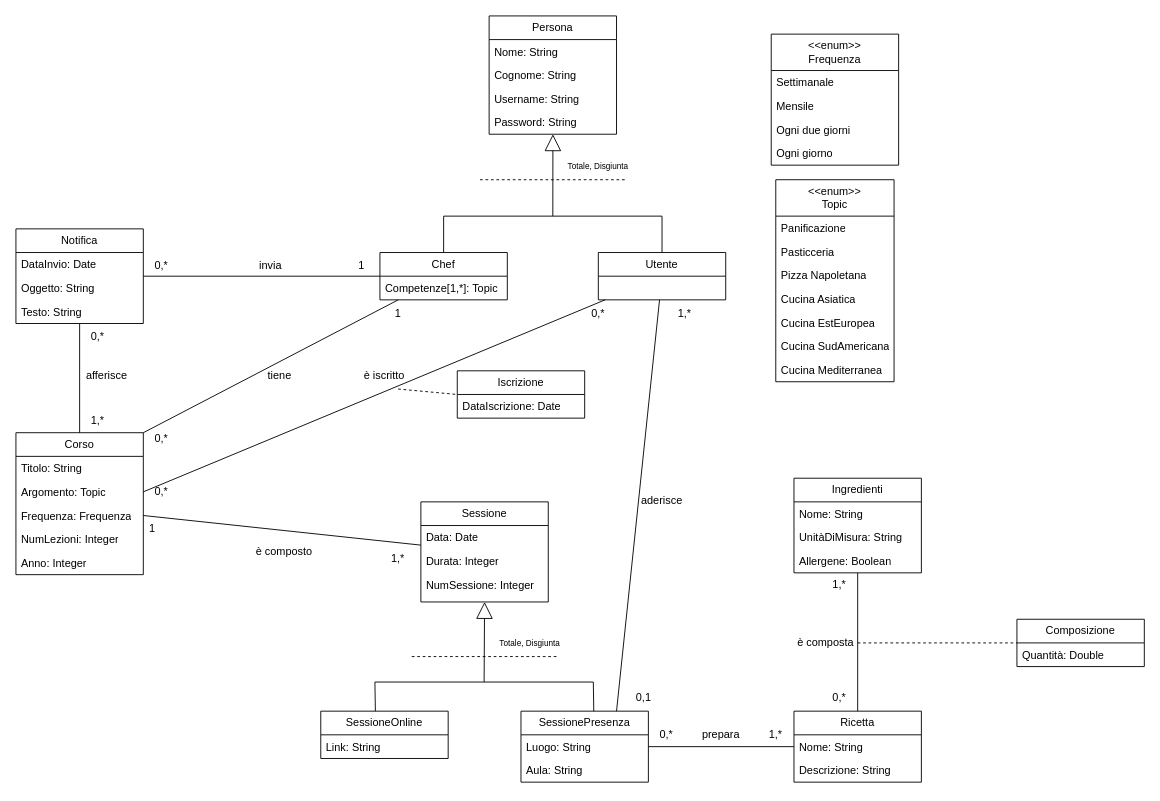
This is Progetto Basi di Dati/Diagramma UML/UML.drawio from xFireFox27/UninaFoodLab, a draw.io file, before an edit. Source tidied: cells renumbered, new cells numbered last; positions are measured from the earlier drawing's top-left corner, leaving out a move shared by most shapes. Both pictures are drawn from the tidied source at 91%, with x=0, y=0 at pixel (15, 15).
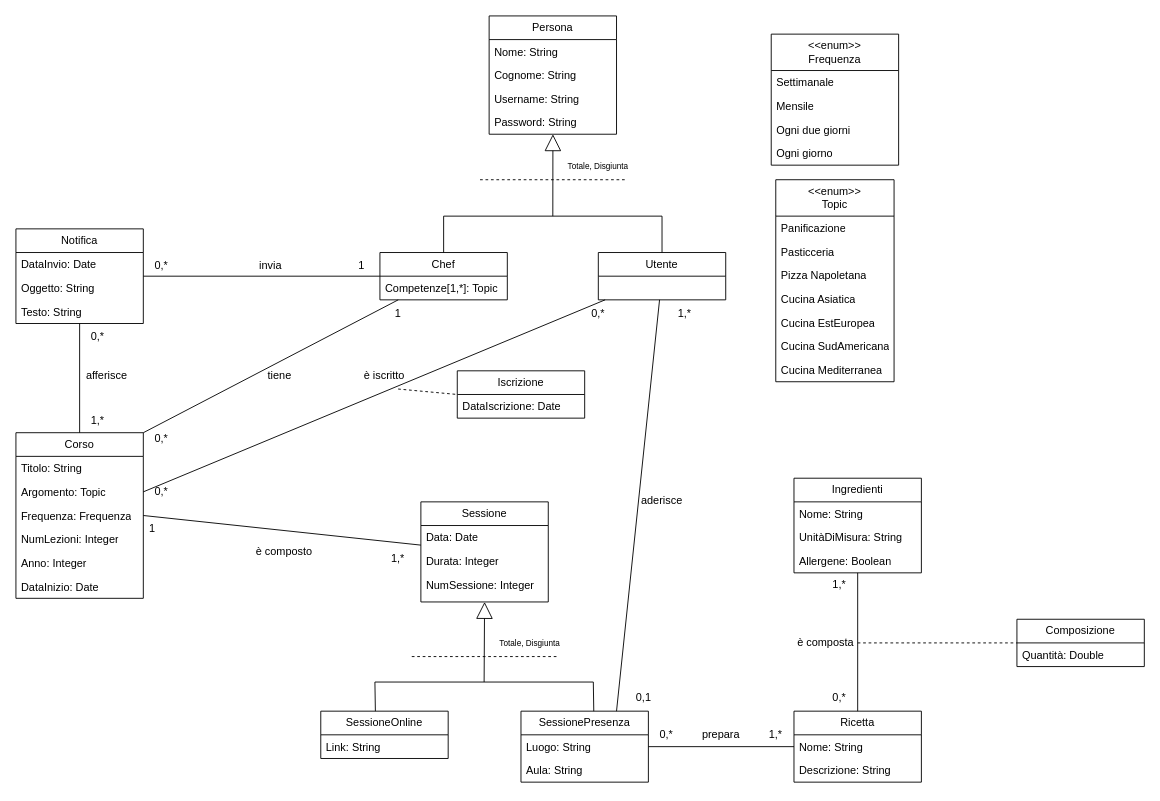
After the change.

Change to the diagram source:
```diff
@@
     <mxCell id="26" value="Corso" style="swimlane;fontStyle=0;horizontal=1;startSize=26;fillColor=none;whiteSpace=wrap;html=1;" parent="1" vertex="1">
-      <mxGeometry y="458" width="140" height="156" as="geometry" />
+      <mxGeometry y="458" width="140" height="182" as="geometry" />
     </mxCell>
@@
+    <mxCell id="99" value="DataInizio: Date" style="text;strokeColor=none;fillColor=none;align=left;verticalAlign=top;spacingLeft=4;spacingRight=4;overflow=hidden;whiteSpace=wrap;html=1;" parent="26" vertex="1">
+      <mxGeometry y="156" width="140" height="26" as="geometry" />
+    </mxCell>
```
